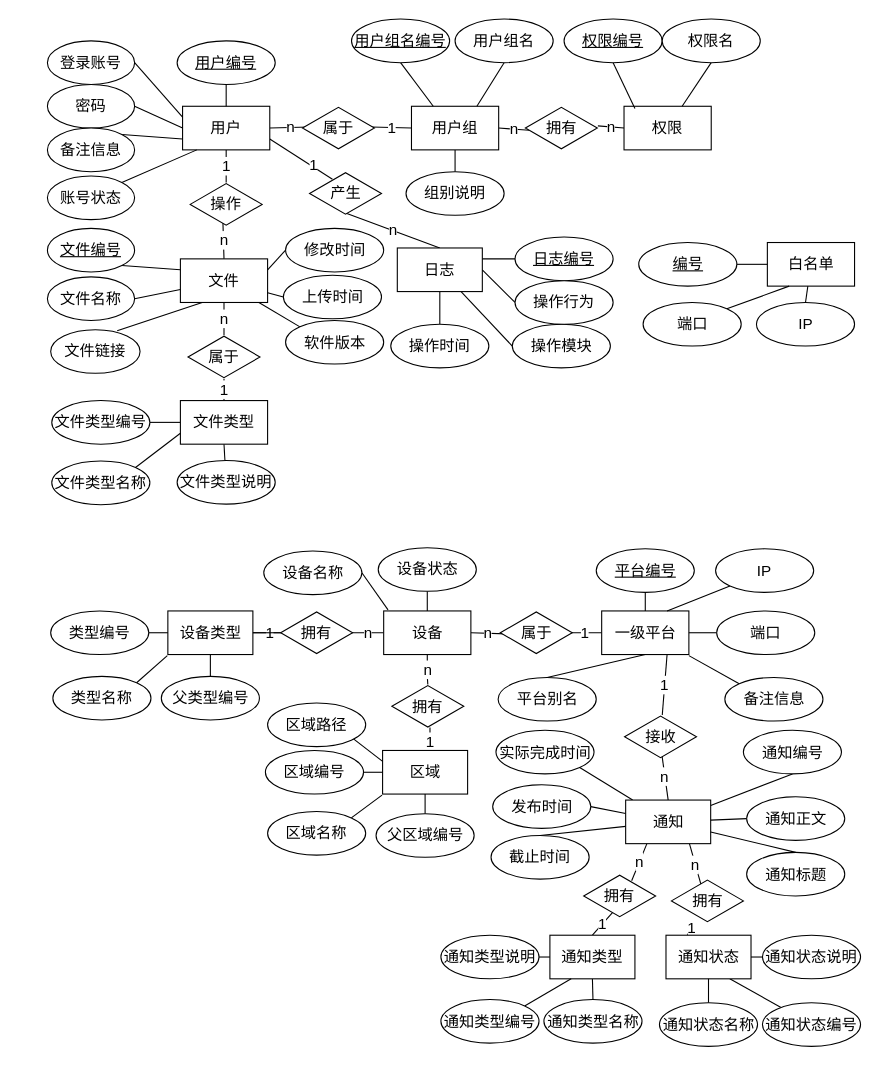
waterwatermelon/graph keeps this draw.io diagram as E-R.drawio. Above is the earlier version. Source tidied: cells renumbered, new cells numbered last; positions are measured from the earlier drawing's top-left corner, leaving out a move shared by most shapes. Both pictures are drawn from the tidied source at 109%, with x=0, y=0 at pixel (47, 19).
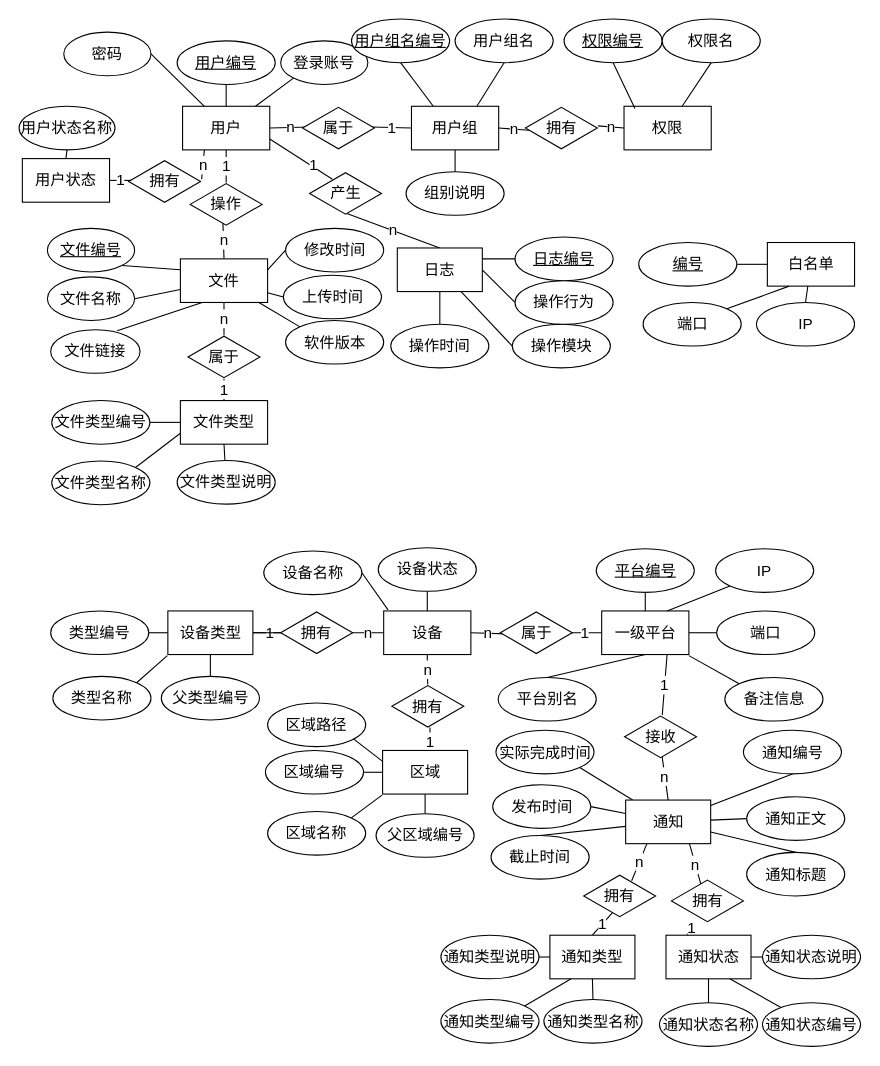
The same page after the edit.

Unchanged cells that the change refers to:
```xml
<mxCell id="6" value="用户" style="rounded=0;whiteSpace=wrap;html=1;fontSize=14;" parent="1" vertex="1">
  <mxGeometry x="124" y="80" width="80" height="40" as="geometry" />
</mxCell>
```

The edit, as a diff of the source:
```diff
@@
+    <mxCell id="155" value="拥有" style="html=1;whiteSpace=wrap;shape=isoRectangle;fontSize=14;" parent="1" vertex="1">
+      <mxGeometry x="74.5" y="129" width="66" height="40" as="geometry" />
+    </mxCell>
@@
+    <mxCell id="156" value="n" style="edgeStyle=none;rounded=0;jettySize=auto;html=1;exitX=0.25;exitY=1;exitDx=0;exitDy=0;entryX=1.015;entryY=0.45;entryDx=0;entryDy=0;entryPerimeter=0;endArrow=none;endFill=0;fontSize=14;" parent="1" edge="1" source="6" target="155">
+      <mxGeometry relative="1" as="geometry" />
+    </mxCell>
@@
-    <mxCell id="7" style="rounded=0;jettySize=auto;html=1;exitX=1;exitY=0.5;exitDx=0;exitDy=0;entryX=0;entryY=0.25;entryDx=0;entryDy=0;fontSize=14;endArrow=none;endFill=0;" parent="1" edge="1" source="8" target="6">
+    <mxCell id="7" style="rounded=0;jettySize=auto;html=1;exitX=0;exitY=1;exitDx=0;exitDy=0;endArrow=none;endFill=0;fontSize=14;" parent="1" edge="1" source="8" target="6">
       <mxGeometry relative="1" as="geometry" />
     </mxCell>
     <mxCell id="8" value="登录账号" style="ellipse;whiteSpace=wrap;html=1;fontSize=14;" parent="1" vertex="1">
-      <mxGeometry y="20" width="80" height="40" as="geometry" />
+      <mxGeometry x="214" y="20" width="80" height="40" as="geometry" />
     </mxCell>
-    <mxCell id="9" style="edgeStyle=none;rounded=0;jettySize=auto;html=1;exitX=1;exitY=0.5;exitDx=0;exitDy=0;entryX=0;entryY=0.5;entryDx=0;entryDy=0;endArrow=none;endFill=0;fontSize=14;" parent="1" edge="1" source="10" target="6">
+    <mxCell id="9" style="edgeStyle=none;rounded=0;jettySize=auto;html=1;exitX=1;exitY=0.5;exitDx=0;exitDy=0;entryX=0.25;entryY=0;entryDx=0;entryDy=0;endArrow=none;endFill=0;fontSize=14;" parent="1" edge="1" source="10" target="6">
       <mxGeometry relative="1" as="geometry" />
     </mxCell>
     <mxCell id="10" value="密码" style="ellipse;whiteSpace=wrap;html=1;fontSize=14;" parent="1" vertex="1">
-      <mxGeometry y="60" width="80" height="40" as="geometry" />
+      <mxGeometry x="15" y="12" width="80" height="40" as="geometry" />
     </mxCell>
-    <mxCell id="11" style="edgeStyle=none;rounded=0;jettySize=auto;html=1;exitX=1;exitY=0;exitDx=0;exitDy=0;entryX=0;entryY=0.75;entryDx=0;entryDy=0;endArrow=none;endFill=0;fontSize=14;" parent="1" edge="1" source="12" target="6">
-      <mxGeometry relative="1" as="geometry" />
-    </mxCell>
-    <mxCell id="12" value="备注信息" style="ellipse;whiteSpace=wrap;html=1;fontSize=14;" parent="1" vertex="1">
-      <mxGeometry y="100" width="80" height="40" as="geometry" />
-    </mxCell>
@@
-    <mxCell id="82" style="edgeStyle=none;rounded=0;jettySize=auto;html=1;exitX=1;exitY=0;exitDx=0;exitDy=0;entryX=0.163;entryY=1;entryDx=0;entryDy=0;entryPerimeter=0;endArrow=none;endFill=0;fontSize=14;" parent="1" edge="1" source="83" target="6">
-      <mxGeometry relative="1" as="geometry" />
-    </mxCell>
-    <mxCell id="83" value="账号状态" style="ellipse;whiteSpace=wrap;html=1;fontSize=14;" parent="1" vertex="1">
-      <mxGeometry y="144" width="80" height="40" as="geometry" />
-    </mxCell>
@@
+    <mxCell id="157" value="1" style="edgeStyle=none;rounded=0;jettySize=auto;html=1;exitX=1;exitY=0.5;exitDx=0;exitDy=0;entryX=0.038;entryY=0.475;entryDx=0;entryDy=0;entryPerimeter=0;endArrow=none;endFill=0;fontSize=14;" parent="1" edge="1" source="159" target="155">
+      <mxGeometry relative="1" as="geometry" />
+    </mxCell>
+    <mxCell id="158" style="edgeStyle=none;rounded=0;jettySize=auto;html=1;exitX=0.5;exitY=0;exitDx=0;exitDy=0;endArrow=none;endFill=0;fontSize=14;" parent="1" edge="1" source="159" target="160">
+      <mxGeometry relative="1" as="geometry" />
+    </mxCell>
+    <mxCell id="159" value="用户状态" style="rounded=0;whiteSpace=wrap;html=1;fontSize=14;" parent="1" vertex="1">
+      <mxGeometry x="-23" y="128" width="80" height="40" as="geometry" />
+    </mxCell>
+    <mxCell id="160" value="用户状态名称" style="ellipse;whiteSpace=wrap;html=1;fontSize=14;" parent="1" vertex="1">
+      <mxGeometry x="-26" y="80" width="88" height="40" as="geometry" />
+    </mxCell>
```
